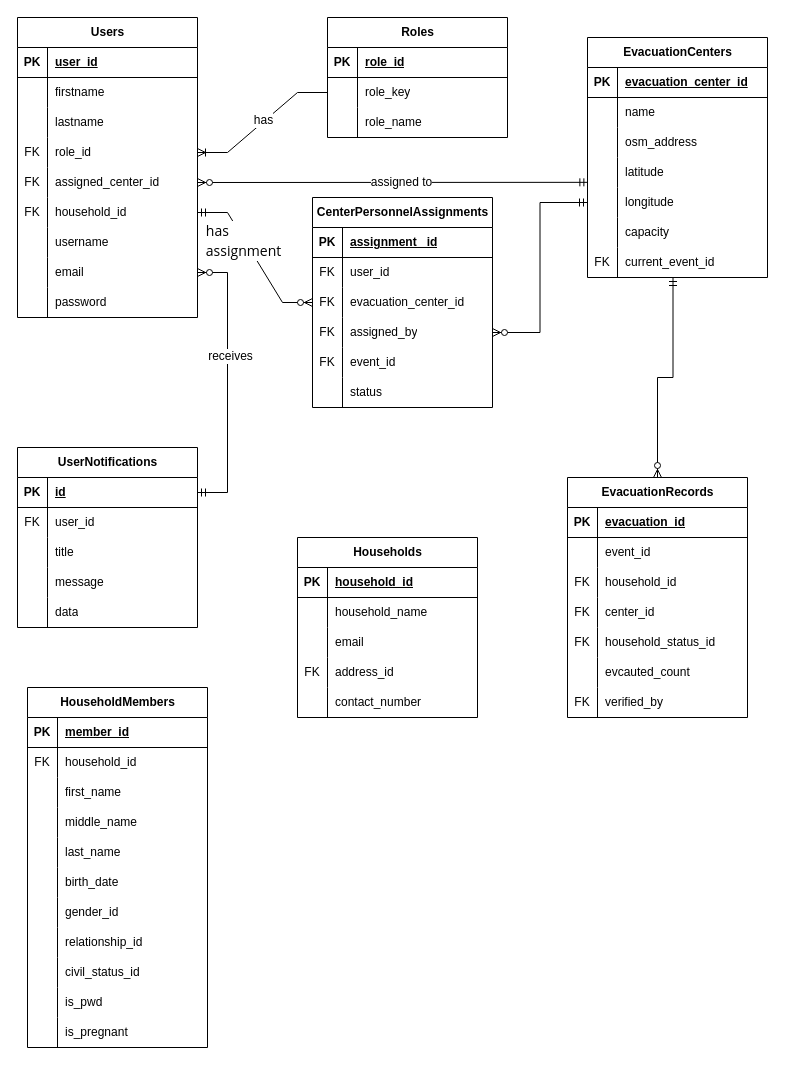
This is page "ERD" (3 of 3) of docs/sys.drawio from klint-droid/EvaTrack, a draw.io file, before an edit. Source tidied: cells renumbered, new cells numbered last; positions are measured from the earlier drawing's top-left corner, leaving out a move shared by most shapes. Both pictures are drawn from the tidied source at 100%, with x=0, y=0 at pixel (17, 17).
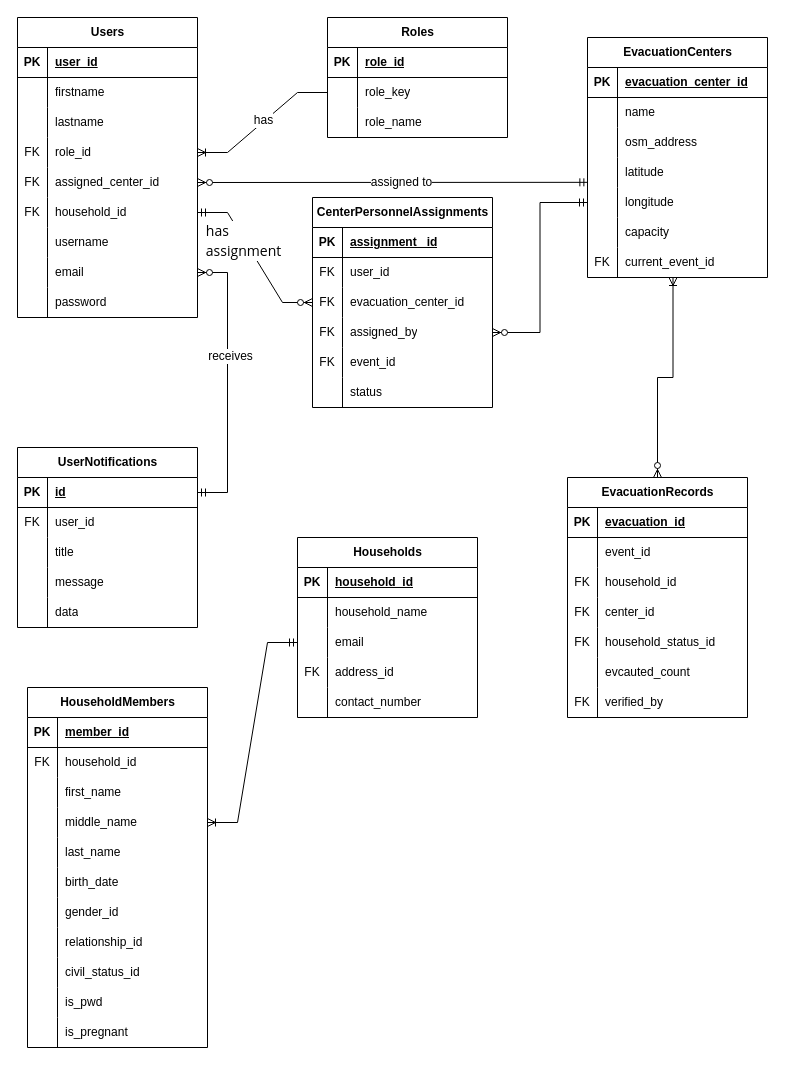
The same diagram, later.

The change refers to these unchanged cells:
```xml
<mxCell id="100" style="shape=tableRow;horizontal=0;startSize=0;swimlaneHead=0;swimlaneBody=0;fillColor=none;points=[[0,0.5],[1,0.5]];portConstraint=eastwest;top=0;left=0;right=0;bottom=0;" parent="81" vertex="1">
  <mxGeometry y="210" width="180" height="30" as="geometry" />
</mxCell>
<mxCell id="106" value="EvacuationRecords" style="shape=table;startSize=30;childLayout=tableLayout;rowLines=0;fontStyle=1;align=center;html=1;" parent="1" vertex="1">
  <mxGeometry x="550" y="460" width="180" height="240" as="geometry" />
</mxCell>
<mxCell id="136" style="shape=tableRow;horizontal=0;startSize=0;swimlaneHead=0;swimlaneBody=0;fillColor=none;points=[[0,0.5],[1,0.5]];portConstraint=eastwest;top=0;left=0;right=0;bottom=0;" parent="129" vertex="1">
  <mxGeometry y="90" width="180" height="30" as="geometry" />
</mxCell>
<mxCell id="155" style="shape=tableRow;horizontal=0;startSize=0;swimlaneHead=0;swimlaneBody=0;fillColor=none;points=[[0,0.5],[1,0.5]];portConstraint=eastwest;top=0;left=0;right=0;bottom=0;" parent="145" vertex="1">
  <mxGeometry y="120" width="180" height="30" as="geometry" />
</mxCell>
```

The edit, as a diff of the source:
```diff
@@
-    <mxCell id="128" style="fontSize=12;html=1;endArrow=ERzeroToMany;startArrow=ERmandOne;rounded=0;defaultLabelBackgroundColor=page;labelPadding=0 4;edgeStyle=orthogonalEdgeStyle;exitX=0.475;exitY=1;exitDx=0;exitDy=0;exitPerimeter=0;entryX=0.5;entryY=0;entryDx=0;entryDy=0;" parent="1" edge="1" source="100" target="106">
+    <mxCell id="128" style="fontSize=12;html=1;endArrow=ERzeroToMany;startArrow=ERoneToMany;rounded=0;defaultLabelBackgroundColor=page;labelPadding=0 4;edgeStyle=orthogonalEdgeStyle;exitX=0.475;exitY=1;exitDx=0;exitDy=0;exitPerimeter=0;entryX=0.5;entryY=0;entryDx=0;entryDy=0;startFill=0;" parent="1" edge="1" source="100" target="106">
       <mxGeometry x="-0.27" relative="1" as="geometry" />
     </mxCell>
@@
+    <mxCell id="179" style="edgeStyle=entityRelationEdgeStyle;fontSize=12;html=1;endArrow=ERoneToMany;startArrow=ERmandOne;rounded=0;defaultLabelBackgroundColor=page;labelPadding=0 4;entryX=1;entryY=0.5;entryDx=0;entryDy=0;exitX=0;exitY=0.5;exitDx=0;exitDy=0;" parent="1" edge="1" source="136" target="155">
+      <mxGeometry relative="1" as="geometry" />
+    </mxCell>
```
